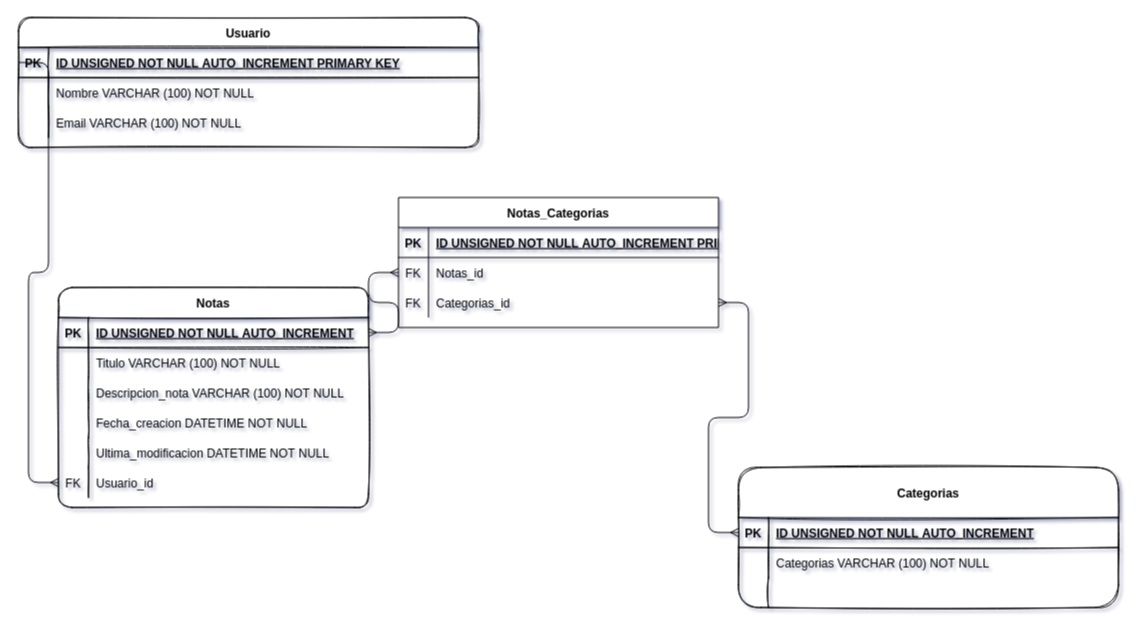
Earlier version of the draw.io diagram notas.drawio (Juanmanato/TPINDIVIDUAL). Source tidied: cells renumbered, new cells numbered last; positions are measured from the earlier drawing's top-left corner, leaving out a move shared by most shapes. Both pictures are drawn from the tidied source at 100%, with x=0, y=0 at pixel (18, 17).
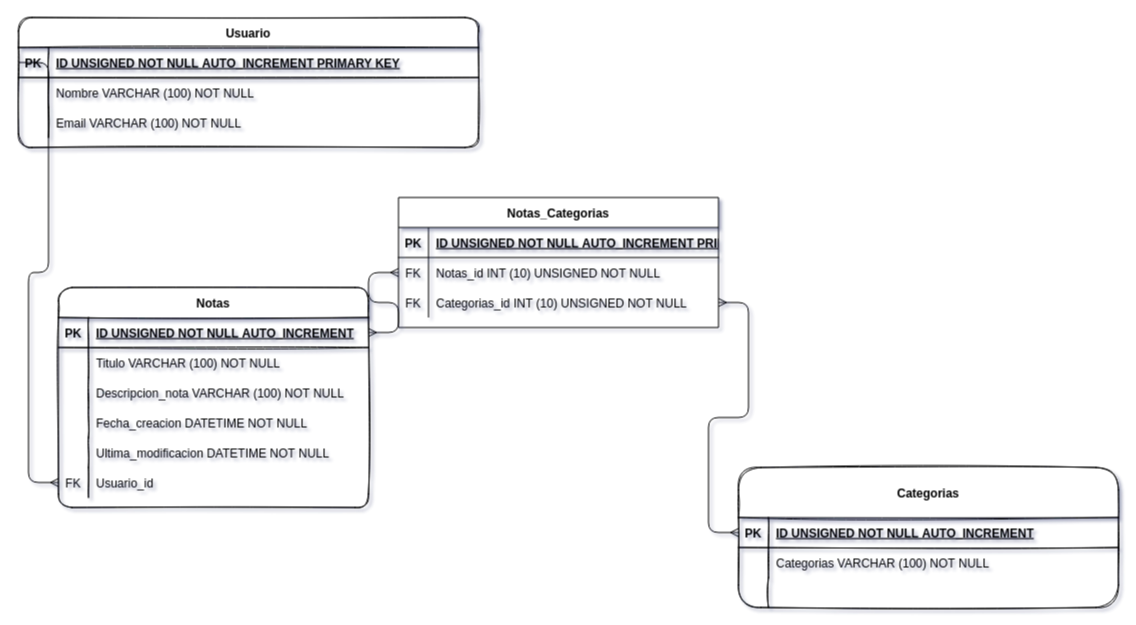
Above is the later version.

Unchanged cells that the change refers to:
```xml
<mxCell id="45" style="shape=partialRectangle;fillColor=none;top=0;left=0;bottom=0;right=0;points=[[0,0.5],[1,0.5]];portConstraint=eastwest;" parent="41" vertex="1">
  <mxGeometry y="60" width="320" height="30" as="geometry" />
</mxCell>
<mxCell id="48" style="shape=partialRectangle;fillColor=none;top=0;left=0;bottom=0;right=0;points=[[0,0.5],[1,0.5]];portConstraint=eastwest;" parent="41" vertex="1">
  <mxGeometry y="90" width="320" height="30" as="geometry" />
</mxCell>
```

Diff of the diagram source:
```diff
@@
-    <mxCell id="47" value="Notas_id" style="shape=partialRectangle;fillColor=none;top=0;left=0;bottom=0;right=0;align=left;spacingLeft=6;overflow=hidden;" parent="45" vertex="1">
+    <mxCell id="47" value="Notas_id INT (10) UNSIGNED NOT NULL" style="shape=partialRectangle;fillColor=none;top=0;left=0;bottom=0;right=0;align=left;spacingLeft=6;overflow=hidden;" parent="45" vertex="1">
       <mxGeometry x="30" width="290" height="30" as="geometry" />
     </mxCell>
@@
-    <mxCell id="50" value="Categorias_id" style="shape=partialRectangle;fillColor=none;top=0;left=0;bottom=0;right=0;align=left;spacingLeft=6;overflow=hidden;" parent="48" vertex="1">
+    <mxCell id="50" value="Categorias_id INT (10) UNSIGNED NOT NULL" style="shape=partialRectangle;fillColor=none;top=0;left=0;bottom=0;right=0;align=left;spacingLeft=6;overflow=hidden;" parent="48" vertex="1">
       <mxGeometry x="30" width="290" height="30" as="geometry" />
     </mxCell>
```
